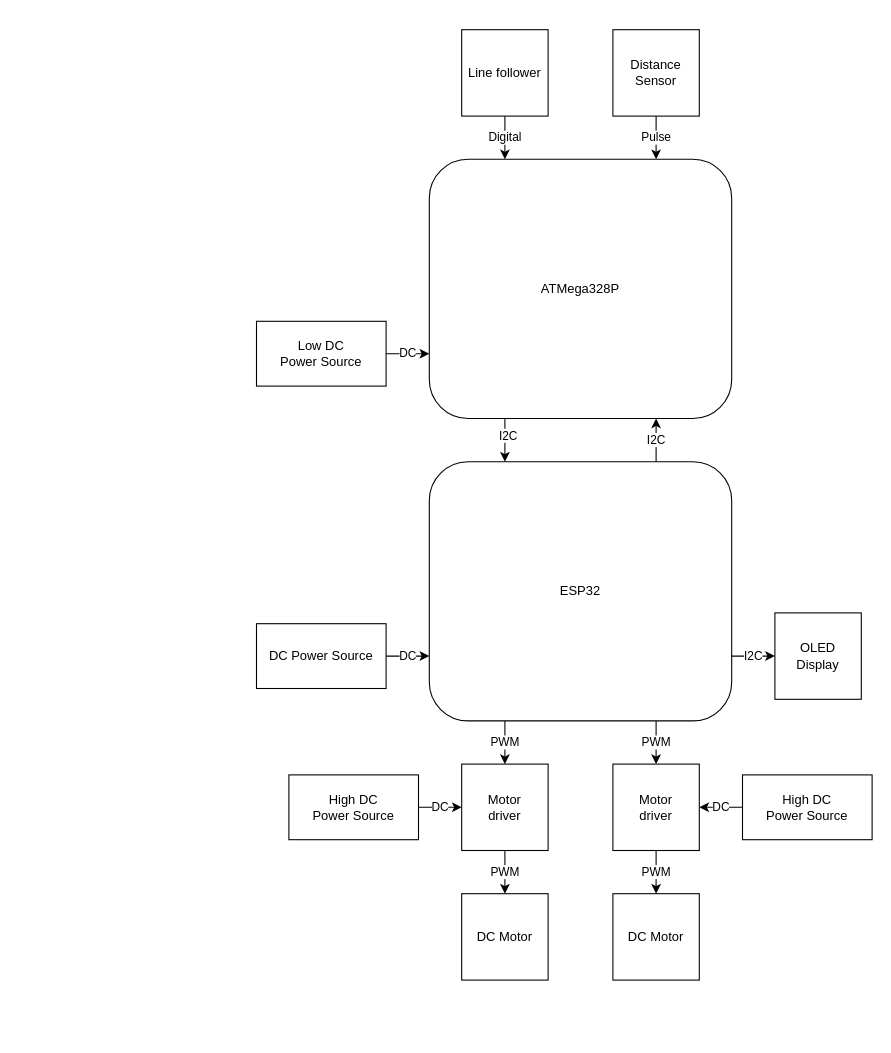
Before: Analyse/Blokschema.drawio in Jelte-Boumans/Smart-Car, a draw.io diagram. Source tidied: cells renumbered, new cells numbered last; positions are measured from the earlier drawing's top-left corner, leaving out a move shared by most shapes. Both pictures are drawn from the tidied source at 108%, with x=0, y=0 at pixel (256, 29).
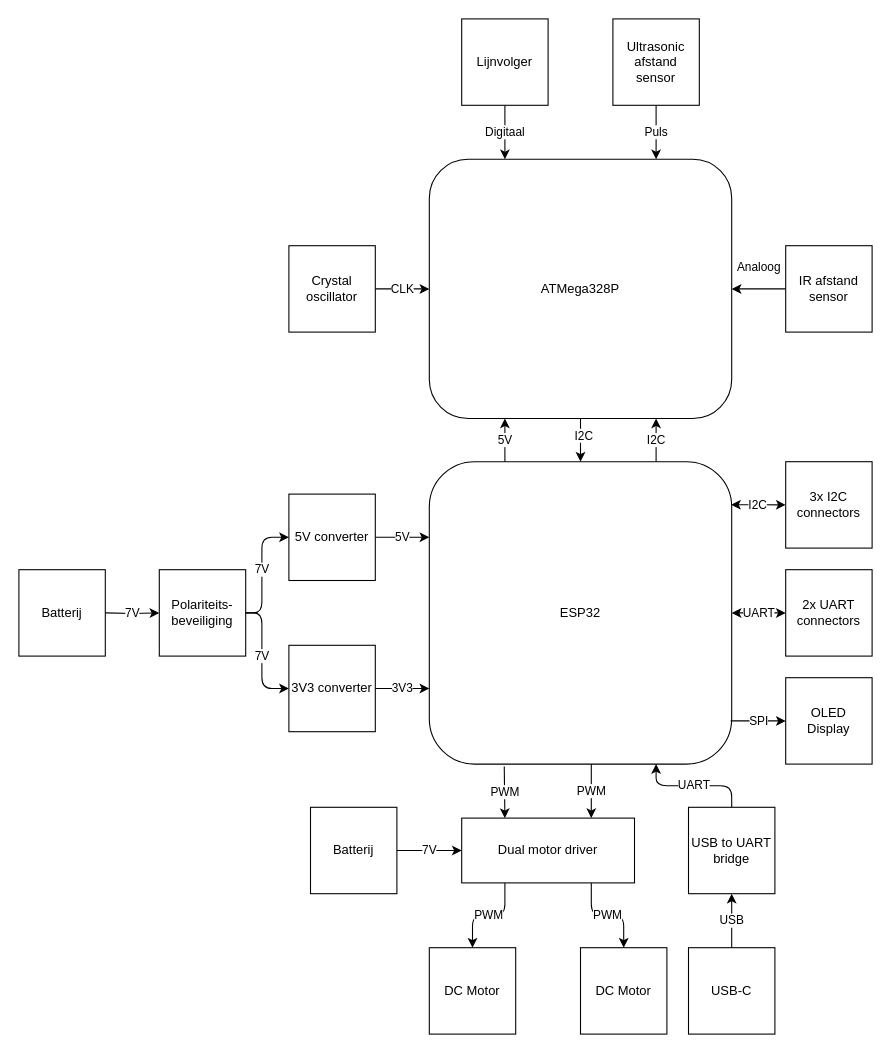
After the change.

The change refers to these unchanged cells:
```xml
<mxCell id="18" value="ATMega328P" style="rounded=1;whiteSpace=wrap;html=1;" parent="1" vertex="1">
  <mxGeometry x="160" y="120" width="280" height="240" as="geometry" />
</mxCell>
```

Change to the diagram source:
```diff
@@
+    <mxCell id="29" value="UART" style="edgeStyle=orthogonalEdgeStyle;rounded=0;jettySize=auto;html=1;startArrow=classic;startFill=1;" parent="1" edge="1" source="3" target="42">
+      <mxGeometry relative="1" as="geometry" />
+    </mxCell>
     <mxCell id="3" value="ESP32" style="rounded=1;whiteSpace=wrap;html=1;" parent="1" vertex="1">
-      <mxGeometry x="160" y="400" width="280" height="240" as="geometry" />
+      <mxGeometry x="160" y="400" width="280" height="280" as="geometry" />
     </mxCell>
-    <mxCell id="4" value="PWM" style="edgeStyle=orthogonalEdgeStyle;rounded=0;jettySize=auto;html=1;" parent="1" edge="1" source="5" target="8">
-      <mxGeometry relative="1" as="geometry" />
-    </mxCell>
-    <mxCell id="5" value="Motor&lt;br&gt;driver" style="whiteSpace=wrap;html=1;" parent="1" vertex="1">
-      <mxGeometry x="190" y="680" width="80" height="80" as="geometry" />
-    </mxCell>
-    <mxCell id="6" value="PWM" style="edgeStyle=orthogonalEdgeStyle;rounded=0;jettySize=auto;html=1;" parent="1" edge="1" source="7" target="9">
-      <mxGeometry relative="1" as="geometry" />
-    </mxCell>
-    <mxCell id="7" value="Motor&lt;br&gt;driver" style="whiteSpace=wrap;html=1;" parent="1" vertex="1">
-      <mxGeometry x="330" y="680" width="80" height="80" as="geometry" />
-    </mxCell>
     <mxCell id="8" value="DC Motor" style="whiteSpace=wrap;html=1;" parent="1" vertex="1">
-      <mxGeometry x="190" y="800" width="80" height="80" as="geometry" />
+      <mxGeometry x="160" y="850" width="80" height="80" as="geometry" />
     </mxCell>
     <mxCell id="9" value="DC Motor" style="whiteSpace=wrap;html=1;" parent="1" vertex="1">
-      <mxGeometry x="330" y="800" width="80" height="80" as="geometry" />
+      <mxGeometry x="300" y="850" width="80" height="80" as="geometry" />
     </mxCell>
-    <mxCell id="10" value="PWM" style="endArrow=classic;html=1;rounded=0;exitX=0.75;exitY=1;exitDx=0;exitDy=0;entryX=0.5;entryY=0;entryDx=0;entryDy=0;" parent="1" edge="1" source="3" target="7">
-      <mxGeometry relative="1" as="geometry" />
-    </mxCell>
-    <mxCell id="11" value="PWM" style="endArrow=classic;html=1;rounded=0;exitX=0.25;exitY=1;exitDx=0;exitDy=0;entryX=0.5;entryY=0;entryDx=0;entryDy=0;" parent="1" edge="1" source="3" target="5">
-      <mxGeometry relative="1" as="geometry" />
-    </mxCell>
-    <mxCell id="12" value="Digital" style="edgeStyle=orthogonalEdgeStyle;rounded=0;jettySize=auto;html=1;exitX=0.5;exitY=1;exitDx=0;exitDy=0;entryX=0.25;entryY=0;entryDx=0;entryDy=0;" parent="1" edge="1" source="13" target="18">
+    <mxCell id="12" value="Digitaal" style="edgeStyle=orthogonalEdgeStyle;rounded=0;jettySize=auto;html=1;exitX=0.5;exitY=1;exitDx=0;exitDy=0;entryX=0.25;entryY=0;entryDx=0;entryDy=0;" parent="1" edge="1" source="13" target="18">
       <mxGeometry relative="1" as="geometry" />
     </mxCell>
-    <mxCell id="13" value="Line follower" style="whiteSpace=wrap;html=1;" parent="1" vertex="1">
-      <mxGeometry x="190" width="80" height="80" as="geometry" />
+    <mxCell id="13" value="Lijnvolger" style="whiteSpace=wrap;html=1;" parent="1" vertex="1">
+      <mxGeometry x="190" y="-10" width="80" height="80" as="geometry" />
     </mxCell>
     <mxCell id="14" value="OLED&lt;br&gt;Display" style="whiteSpace=wrap;html=1;" parent="1" vertex="1">
-      <mxGeometry x="480" y="540" width="80" height="80" as="geometry" />
+      <mxGeometry x="490" y="600" width="80" height="80" as="geometry" />
     </mxCell>
-    <mxCell id="15" value="I2C" style="endArrow=classic;html=1;rounded=0;entryX=0;entryY=0.5;entryDx=0;entryDy=0;exitX=1;exitY=0.75;exitDx=0;exitDy=0;" parent="1" edge="1" source="3" target="14">
-      <mxGeometry relative="1" as="geometry" />
+    <mxCell id="15" value="SPI" style="endArrow=classic;html=1;rounded=0;entryX=0;entryY=0.5;entryDx=0;entryDy=0;" parent="1" edge="1" target="14">
+      <mxGeometry relative="1" as="geometry">
+        <mxPoint x="439" y="640" as="sourcePoint" />
+      </mxGeometry>
     </mxCell>
-    <mxCell id="16" style="edgeStyle=orthogonalEdgeStyle;rounded=0;jettySize=auto;html=1;exitX=0.25;exitY=1;exitDx=0;exitDy=0;entryX=0.25;entryY=0;entryDx=0;entryDy=0;" parent="1" edge="1" source="18" target="3">
+    <mxCell id="16" style="edgeStyle=orthogonalEdgeStyle;rounded=0;jettySize=auto;html=1;exitX=0.5;exitY=1;exitDx=0;exitDy=0;entryX=0.5;entryY=0;entryDx=0;entryDy=0;" parent="1" edge="1" source="18" target="3">
       <mxGeometry relative="1" as="geometry" />
     </mxCell>
@@
-    <mxCell id="19" value="Pulse" style="edgeStyle=orthogonalEdgeStyle;rounded=0;jettySize=auto;html=1;exitX=0.5;exitY=1;exitDx=0;exitDy=0;entryX=0.75;entryY=0;entryDx=0;entryDy=0;" parent="1" edge="1" source="20" target="18">
+    <mxCell id="19" value="Puls" style="edgeStyle=orthogonalEdgeStyle;rounded=0;jettySize=auto;html=1;exitX=0.5;exitY=1;exitDx=0;exitDy=0;entryX=0.75;entryY=0;entryDx=0;entryDy=0;" parent="1" edge="1" source="20" target="18">
       <mxGeometry relative="1" as="geometry" />
     </mxCell>
-    <mxCell id="20" value="Distance&lt;br&gt;Sensor" style="whiteSpace=wrap;html=1;" parent="1" vertex="1">
-      <mxGeometry x="330" width="80" height="80" as="geometry" />
+    <mxCell id="20" value="Ultrasonic afstand sensor" style="whiteSpace=wrap;html=1;" parent="1" vertex="1">
+      <mxGeometry x="330" y="-10" width="80" height="80" as="geometry" />
     </mxCell>
-    <mxCell id="21" value="DC" style="edgeStyle=orthogonalEdgeStyle;rounded=0;jettySize=auto;html=1;exitX=1;exitY=0.5;exitDx=0;exitDy=0;entryX=0;entryY=0.75;entryDx=0;entryDy=0;" parent="1" edge="1" source="22" target="3">
-      <mxGeometry relative="1" as="geometry" />
-    </mxCell>
-    <mxCell id="22" value="DC Power Source" style="rounded=0;whiteSpace=wrap;html=1;" parent="1" vertex="1">
-      <mxGeometry y="550" width="120" height="60" as="geometry" />
-    </mxCell>
-    <mxCell id="23" value="DC" style="edgeStyle=orthogonalEdgeStyle;rounded=0;jettySize=auto;html=1;exitX=1;exitY=0.5;exitDx=0;exitDy=0;entryX=0;entryY=0.75;entryDx=0;entryDy=0;" parent="1" edge="1" source="24" target="18">
-      <mxGeometry relative="1" as="geometry" />
-    </mxCell>
-    <mxCell id="24" value="Low DC &lt;br&gt;Power Source" style="rounded=0;whiteSpace=wrap;html=1;" parent="1" vertex="1">
-      <mxGeometry y="270" width="120" height="60" as="geometry" />
-    </mxCell>
-    <mxCell id="25" value="DC" style="edgeStyle=orthogonalEdgeStyle;rounded=0;jettySize=auto;html=1;exitX=0;exitY=0.5;exitDx=0;exitDy=0;entryX=1;entryY=0.5;entryDx=0;entryDy=0;" parent="1" edge="1" source="26" target="7">
-      <mxGeometry relative="1" as="geometry" />
-    </mxCell>
-    <mxCell id="26" value="High DC &lt;br&gt;Power Source" style="rounded=0;whiteSpace=wrap;html=1;" parent="1" vertex="1">
-      <mxGeometry x="450" y="690" width="120" height="60" as="geometry" />
-    </mxCell>
-    <mxCell id="27" value="DC" style="edgeStyle=orthogonalEdgeStyle;rounded=0;jettySize=auto;html=1;exitX=1;exitY=0.5;exitDx=0;exitDy=0;entryX=0;entryY=0.5;entryDx=0;entryDy=0;" parent="1" edge="1" source="28" target="5">
-      <mxGeometry relative="1" as="geometry" />
-    </mxCell>
-    <mxCell id="28" value="High DC &lt;br&gt;Power Source" style="rounded=0;whiteSpace=wrap;html=1;" parent="1" vertex="1">
-      <mxGeometry x="30" y="690" width="120" height="60" as="geometry" />
-    </mxCell>
+    <mxCell id="30" value="5V" style="endArrow=classic;html=1;entryX=0.25;entryY=1;entryDx=0;entryDy=0;exitX=0.25;exitY=0;exitDx=0;exitDy=0;" parent="1" edge="1" source="3" target="18">
+      <mxGeometry relative="1" as="geometry" />
+    </mxCell>
+    <mxCell id="31" value="CLK" style="edgeStyle=orthogonalEdgeStyle;rounded=0;jettySize=auto;html=1;" parent="1" edge="1" source="32" target="18">
+      <mxGeometry relative="1" as="geometry" />
+    </mxCell>
+    <mxCell id="32" value="Crystal oscillator" style="whiteSpace=wrap;html=1;" parent="1" vertex="1">
+      <mxGeometry x="30" y="200" width="80" height="80" as="geometry" />
+    </mxCell>
+    <mxCell id="33" value="7V" style="edgeStyle=orthogonalEdgeStyle;rounded=0;jettySize=auto;html=1;entryX=0;entryY=0.5;entryDx=0;entryDy=0;" parent="1" edge="1" target="37">
+      <mxGeometry relative="1" as="geometry">
+        <mxPoint x="-140" y="540" as="sourcePoint" />
+      </mxGeometry>
+    </mxCell>
+    <mxCell id="34" value="Dual motor driver" style="rounded=0;whiteSpace=wrap;html=1;" parent="1" vertex="1">
+      <mxGeometry x="190" y="730" width="160" height="60" as="geometry" />
+    </mxCell>
+    <mxCell id="35" value="PWM" style="endArrow=classic;html=1;entryX=0.25;entryY=0;entryDx=0;entryDy=0;exitX=0.355;exitY=1.008;exitDx=0;exitDy=0;exitPerimeter=0;" parent="1" edge="1" target="34">
+      <mxGeometry relative="1" as="geometry">
+        <mxPoint x="229.4" y="682.2" as="sourcePoint" />
+      </mxGeometry>
+    </mxCell>
+    <mxCell id="36" value="PWM" style="endArrow=classic;html=1;entryX=0.75;entryY=0;entryDx=0;entryDy=0;" parent="1" edge="1" target="34">
+      <mxGeometry relative="1" as="geometry">
+        <mxPoint x="310" y="680" as="sourcePoint" />
+      </mxGeometry>
+    </mxCell>
+    <mxCell id="37" value="Polariteits-beveiliging" style="whiteSpace=wrap;html=1;" parent="1" vertex="1">
+      <mxGeometry x="-90" y="500" width="80" height="80" as="geometry" />
+    </mxCell>
+    <mxCell id="38" value="Batterij" style="whiteSpace=wrap;html=1;" parent="1" vertex="1">
+      <mxGeometry x="-220" y="500" width="80" height="80" as="geometry" />
+    </mxCell>
+    <mxCell id="39" value="7V" style="edgeStyle=orthogonalEdgeStyle;rounded=0;jettySize=auto;html=1;" parent="1" edge="1" source="40" target="34">
+      <mxGeometry relative="1" as="geometry" />
+    </mxCell>
+    <mxCell id="40" value="Batterij" style="whiteSpace=wrap;html=1;" parent="1" vertex="1">
+      <mxGeometry x="50" y="720" width="80" height="80" as="geometry" />
+    </mxCell>
+    <mxCell id="41" value="3x I2C&lt;br&gt;connectors" style="whiteSpace=wrap;html=1;" parent="1" vertex="1">
+      <mxGeometry x="490" y="400" width="80" height="80" as="geometry" />
+    </mxCell>
+    <mxCell id="42" value="2x UART&lt;br&gt;connectors" style="whiteSpace=wrap;html=1;" parent="1" vertex="1">
+      <mxGeometry x="490" y="500" width="80" height="80" as="geometry" />
+    </mxCell>
+    <mxCell id="43" value="PWM" style="endArrow=classic;html=1;entryX=0.5;entryY=0;entryDx=0;entryDy=0;exitX=0.25;exitY=1;exitDx=0;exitDy=0;" parent="1" edge="1" source="34" target="8">
+      <mxGeometry relative="1" as="geometry">
+        <Array as="points">
+          <mxPoint x="230" y="820" />
+          <mxPoint x="200" y="820" />
+        </Array>
+      </mxGeometry>
+    </mxCell>
+    <mxCell id="44" value="PWM" style="endArrow=classic;html=1;entryX=0.5;entryY=0;entryDx=0;entryDy=0;exitX=0.75;exitY=1;exitDx=0;exitDy=0;" parent="1" edge="1" source="34" target="9">
+      <mxGeometry relative="1" as="geometry">
+        <Array as="points">
+          <mxPoint x="310" y="820" />
+          <mxPoint x="340" y="820" />
+        </Array>
+      </mxGeometry>
+    </mxCell>
+    <mxCell id="45" value="Analoog" style="edgeStyle=orthogonalEdgeStyle;rounded=0;jettySize=auto;html=1;" parent="1" edge="1" source="46" target="18">
+      <mxGeometry y="-20" relative="1" as="geometry" />
+    </mxCell>
+    <mxCell id="46" value="IR afstand sensor" style="whiteSpace=wrap;html=1;" parent="1" vertex="1">
+      <mxGeometry x="490" y="200" width="80" height="80" as="geometry" />
+    </mxCell>
+    <mxCell id="47" value="5V" style="edgeStyle=orthogonalEdgeStyle;rounded=0;jettySize=auto;html=1;entryX=0;entryY=0.25;entryDx=0;entryDy=0;" parent="1" edge="1" source="48" target="3">
+      <mxGeometry relative="1" as="geometry" />
+    </mxCell>
+    <mxCell id="48" value="5V converter" style="whiteSpace=wrap;html=1;" parent="1" vertex="1">
+      <mxGeometry x="30" y="430" width="80" height="80" as="geometry" />
+    </mxCell>
+    <mxCell id="49" value="3V3" style="edgeStyle=orthogonalEdgeStyle;rounded=0;jettySize=auto;html=1;entryX=0;entryY=0.75;entryDx=0;entryDy=0;" parent="1" edge="1" source="50" target="3">
+      <mxGeometry relative="1" as="geometry" />
+    </mxCell>
+    <mxCell id="50" value="3V3 converter" style="whiteSpace=wrap;html=1;" parent="1" vertex="1">
+      <mxGeometry x="30" y="570" width="80" height="80" as="geometry" />
+    </mxCell>
+    <mxCell id="51" value="7V" style="endArrow=classic;html=1;entryX=0;entryY=0.5;entryDx=0;entryDy=0;exitX=1;exitY=0.5;exitDx=0;exitDy=0;" parent="1" edge="1" source="37" target="48">
+      <mxGeometry relative="1" as="geometry">
+        <Array as="points">
+          <mxPoint x="5" y="540" />
+          <mxPoint x="5" y="470" />
+        </Array>
+      </mxGeometry>
+    </mxCell>
+    <mxCell id="52" value="7V" style="endArrow=classic;html=1;entryX=0;entryY=0.5;entryDx=0;entryDy=0;exitX=1;exitY=0.5;exitDx=0;exitDy=0;" parent="1" edge="1" source="37" target="50">
+      <mxGeometry relative="1" as="geometry">
+        <Array as="points">
+          <mxPoint x="5" y="540" />
+          <mxPoint x="5" y="610" />
+        </Array>
+      </mxGeometry>
+    </mxCell>
+    <mxCell id="53" value="I2C" style="endArrow=classic;html=1;entryX=0;entryY=0.5;entryDx=0;entryDy=0;exitX=0.998;exitY=0.142;exitDx=0;exitDy=0;exitPerimeter=0;startArrow=classic;startFill=1;" parent="1" edge="1" source="3" target="41">
+      <mxGeometry relative="1" as="geometry" />
+    </mxCell>
+    <mxCell id="54" value="USB" style="edgeStyle=orthogonalEdgeStyle;rounded=0;jettySize=auto;html=1;startArrow=none;startFill=0;" parent="1" edge="1" source="55" target="56">
+      <mxGeometry relative="1" as="geometry" />
+    </mxCell>
+    <mxCell id="55" value="USB-C" style="whiteSpace=wrap;html=1;" parent="1" vertex="1">
+      <mxGeometry x="400" y="850" width="80" height="80" as="geometry" />
+    </mxCell>
+    <mxCell id="56" value="USB to UART bridge" style="whiteSpace=wrap;html=1;" parent="1" vertex="1">
+      <mxGeometry x="400" y="720" width="80" height="80" as="geometry" />
+    </mxCell>
+    <mxCell id="57" value="UART" style="endArrow=classic;html=1;entryX=0.75;entryY=1;entryDx=0;entryDy=0;exitX=0.5;exitY=0;exitDx=0;exitDy=0;" parent="1" edge="1" source="56" target="3">
+      <mxGeometry relative="1" as="geometry">
+        <Array as="points">
+          <mxPoint x="440" y="700" />
+          <mxPoint x="370" y="700" />
+        </Array>
+      </mxGeometry>
+    </mxCell>
```
